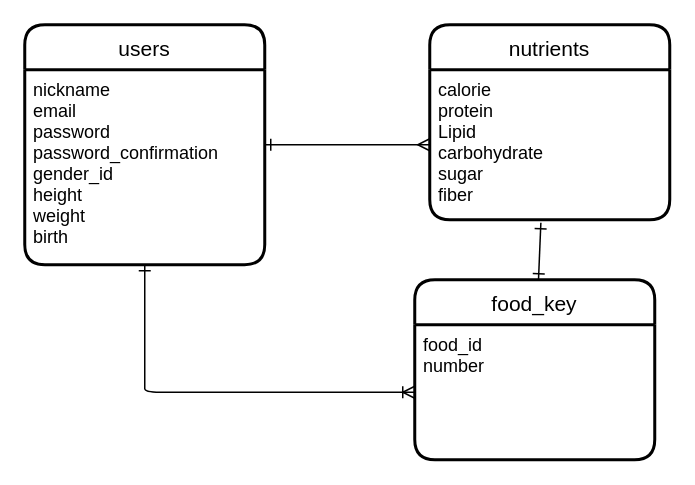
The draw.io diagram ER.dio in tectoshi/eat_healthy, before the edit. Source tidied: cells renumbered, new cells numbered last; positions are measured from the earlier drawing's top-left corner, leaving out a move shared by most shapes. Both pictures are drawn from the tidied source at 150%, with x=0, y=0 at pixel (24, 24).
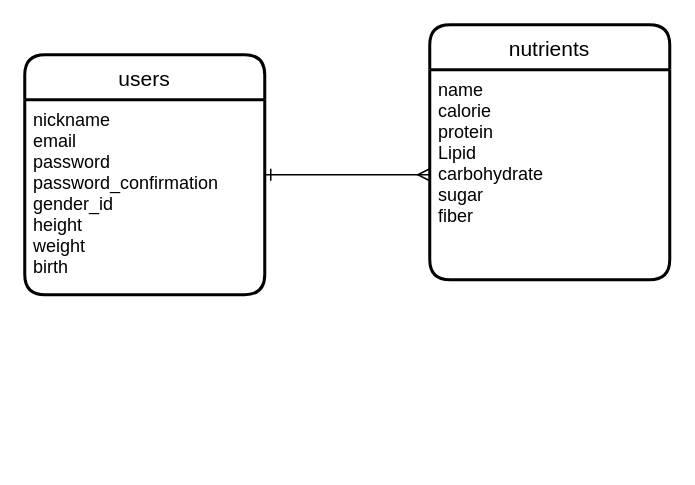
Above is the later version.

What changed in the source:
```diff
@@
 <mxGraphModel>
   <root>
     <mxCell id="0" />
     <mxCell id="1" parent="0" />
     <mxCell id="2" style="edgeStyle=none;html=1;entryX=0;entryY=0.5;entryDx=0;entryDy=0;endArrow=ERmany;endFill=0;startArrow=ERone;startFill=0;" parent="1" edge="1" source="3" target="6">
       <mxGeometry relative="1" as="geometry" />
     </mxCell>
     <mxCell id="3" value="users" style="swimlane;horizontal=1;startSize=30;rounded=1;fontSize=14;fontStyle=0;strokeWidth=2;shadow=0;dashed=0;align=center;" parent="1" vertex="1">
-      <mxGeometry width="160" height="160" as="geometry" />
+      <mxGeometry y="20" width="160" height="160" as="geometry" />
     </mxCell>
     <mxCell id="4" value="nickname&#10;email&#10;password&#10;password_confirmation&#10;gender_id&#10;height&#10;weight&#10;birth" style="align=left;strokeColor=none;fillColor=none;spacingLeft=4;fontSize=12;verticalAlign=top;" parent="3" vertex="1">
       <mxGeometry y="30" width="160" height="130" as="geometry" />
     </mxCell>
     <mxCell id="5" value="nutrients" style="swimlane;horizontal=1;startSize=30;rounded=1;fontSize=14;fontStyle=0;strokeWidth=2;shadow=0;dashed=0;align=center;" parent="1" vertex="1">
-      <mxGeometry x="270" width="160" height="130" as="geometry" />
+      <mxGeometry x="270" width="160" height="170" as="geometry" />
     </mxCell>
-    <mxCell id="6" value="calorie&#10;protein&#10;Lipid&#10;carbohydrate&#10;sugar&#10;fiber" style="align=left;strokeColor=none;fillColor=none;spacingLeft=4;fontSize=12;verticalAlign=top;" parent="5" vertex="1">
-      <mxGeometry y="30" width="160" height="100" as="geometry" />
+    <mxCell id="6" value="name&#10;calorie&#10;protein&#10;Lipid&#10;carbohydrate&#10;sugar&#10;fiber" style="align=left;strokeColor=none;fillColor=none;spacingLeft=4;fontSize=12;verticalAlign=top;" parent="5" vertex="1">
+      <mxGeometry y="30" width="160" height="140" as="geometry" />
     </mxCell>
-    <mxCell id="7" style="edgeStyle=none;html=1;entryX=0.463;entryY=1.02;entryDx=0;entryDy=0;entryPerimeter=0;startArrow=ERone;startFill=0;endArrow=ERone;endFill=0;" parent="1" edge="1" source="8" target="6">
-      <mxGeometry relative="1" as="geometry" />
-    </mxCell>
-    <mxCell id="8" value="food_key" style="swimlane;horizontal=1;startSize=30;rounded=1;fontSize=14;fontStyle=0;strokeWidth=2;shadow=0;dashed=0;align=center;" parent="1" vertex="1">
-      <mxGeometry x="260" y="170" width="160" height="120" as="geometry" />
-    </mxCell>
-    <mxCell id="9" value="food_id&#10;number" style="align=left;strokeColor=none;fillColor=none;spacingLeft=4;fontSize=12;verticalAlign=top;" parent="8" vertex="1">
-      <mxGeometry y="30" width="160" height="90" as="geometry" />
-    </mxCell>
-    <mxCell id="10" style="edgeStyle=none;html=1;exitX=0.5;exitY=1;exitDx=0;exitDy=0;entryX=0;entryY=0.5;entryDx=0;entryDy=0;endArrow=ERoneToMany;endFill=0;startArrow=ERone;startFill=0;" parent="1" edge="1" source="4" target="9">
-      <mxGeometry relative="1" as="geometry">
-        <Array as="points">
-          <mxPoint x="80" y="235" />
-          <mxPoint x="80" y="245" />
-        </Array>
-      </mxGeometry>
-    </mxCell>
   </root>
 </mxGraphModel>
```
